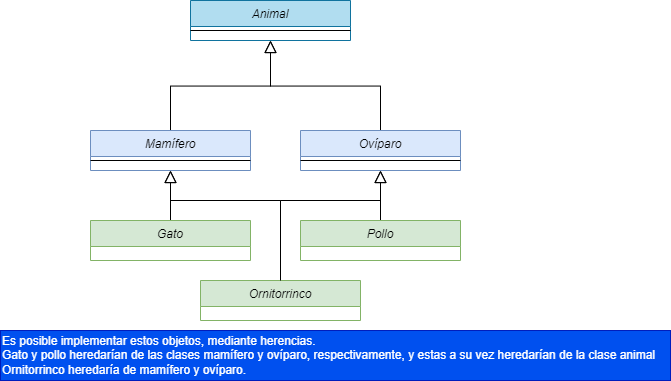
This is ejr2.drawio.png from GonzaloGmv/parcial-poo, a draw.io export, as it was before one commit. Source tidied: cells renumbered, new cells last; positions are measured from the earlier drawing's top-left corner, leaving out a move shared by most shapes.
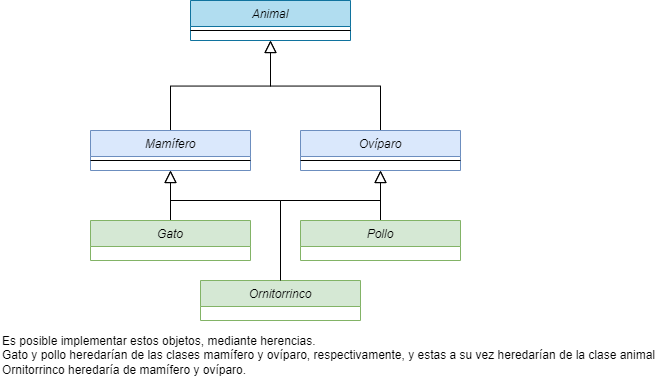
The same diagram one commit later.

The edit, as a diff of the source:
```diff
@@ -78,7 +78,7 @@
         </Array>
       </mxGeometry>
     </mxCell>
-    <mxCell id="17" value="Es posible implementar estos objetos, mediante herencias.&lt;br&gt;Gato y pollo heredarían de las clases mamífero y ovíparo, respectivamente, y estas a su vez heredarían de la clase animal&lt;br&gt;Ornitorrinco heredaría de mamífero y ovíparo." style="text;html=1;align=left;verticalAlign=middle;rounded=0;fillColor=#0050ef;fontColor=#ffffff;strokeColor=#001DBC;" parent="1" vertex="1">
+    <mxCell id="17" value="Es posible implementar estos objetos, mediante herencias.&lt;br&gt;Gato y pollo heredarían de las clases mamífero y ovíparo, respectivamente, y estas a su vez heredarían de la clase animal&lt;br&gt;Ornitorrinco heredaría de mamífero y ovíparo." style="text;html=1;align=left;verticalAlign=middle;rounded=0;" parent="1" vertex="1">
       <mxGeometry y="330" width="670" height="50" as="geometry" />
     </mxCell>
   </root>
```
